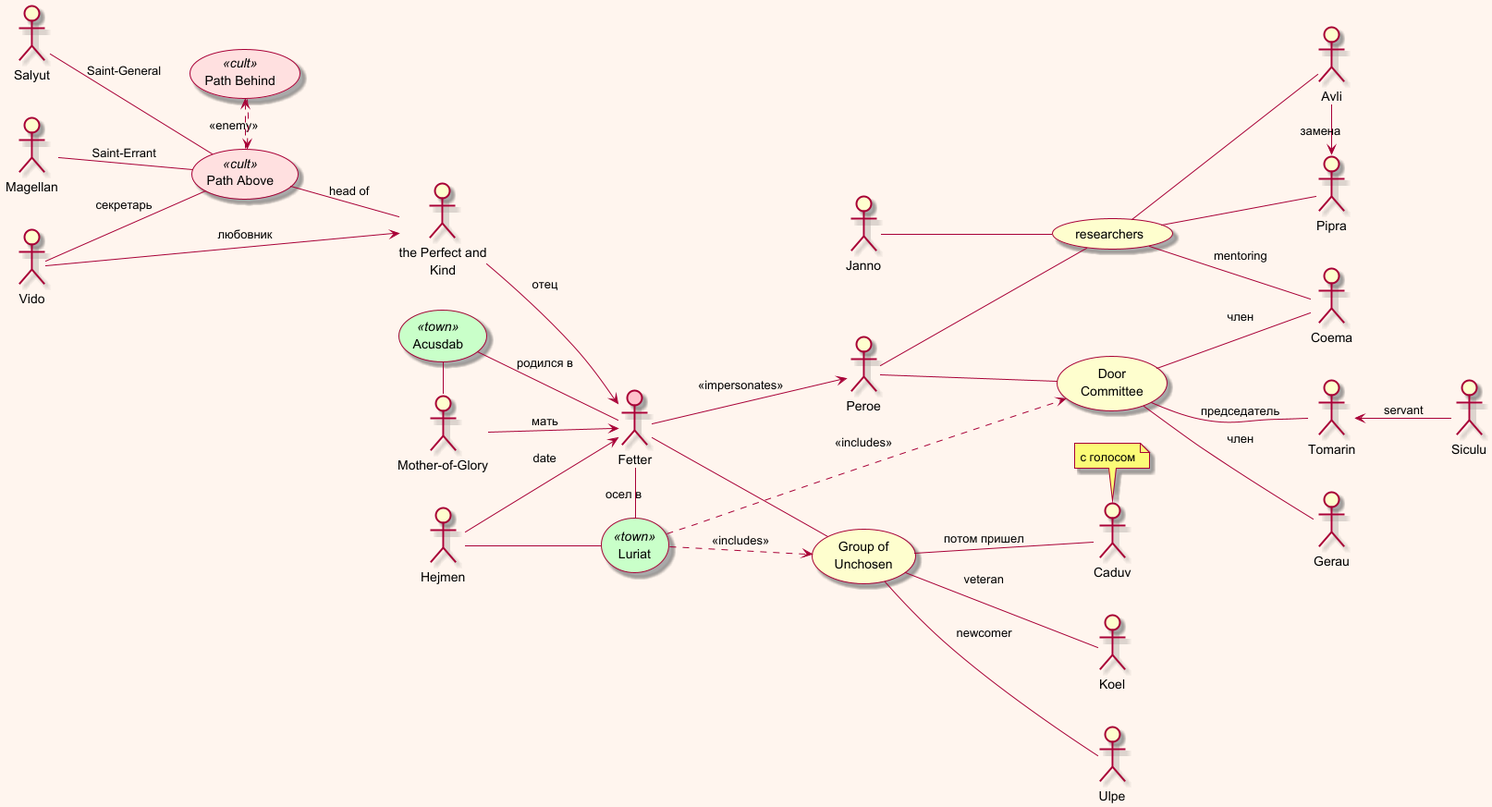
Earlier version of the PlantUML export The Saint of Bright Doors/The Saint of Bright Doors.png (olek3/reading).
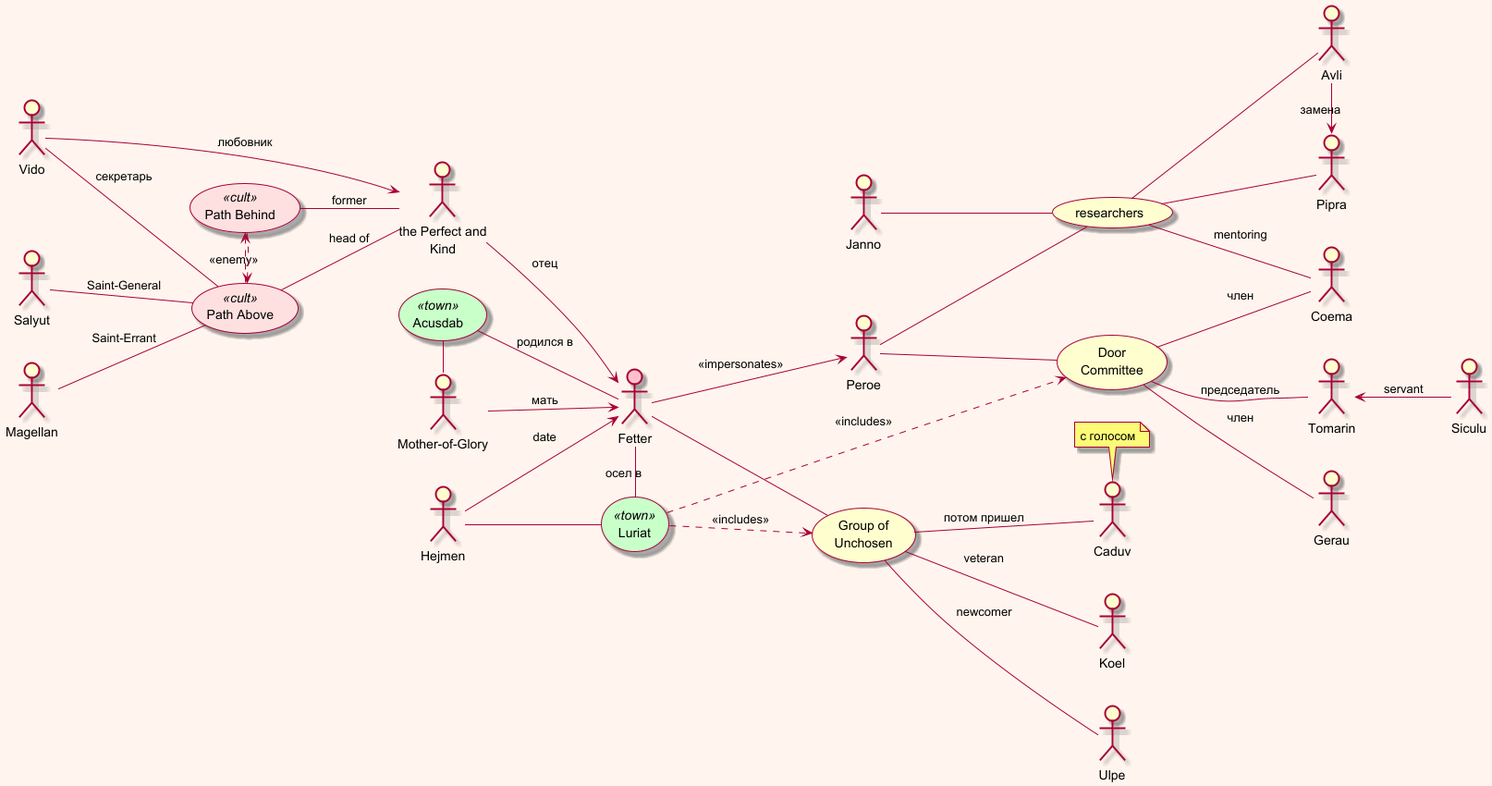
The same file after the commit.

Commit message:
link to path behind

The edit, as a diff of the source:
```diff
@@ -57,6 +57,7 @@
 behind .> above
 
 above -- father : head of
+behind -- father : former
 
 Salyut -- above : Saint-General
 
```
